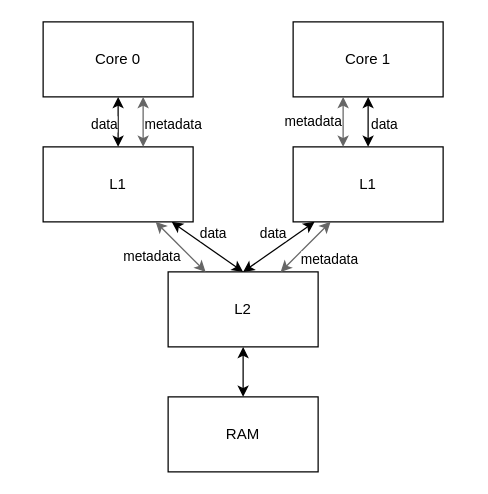
This is src/cache_global.drawio from maxletemple/rapport_stage_3A, a draw.io file, before an edit. Source tidied: cells renumbered, new cells numbered last; positions are measured from the earlier drawing's top-left corner, leaving out a move shared by most shapes. Both pictures are drawn from the tidied source at 125%, with x=0, y=0 at pixel (42, 21).
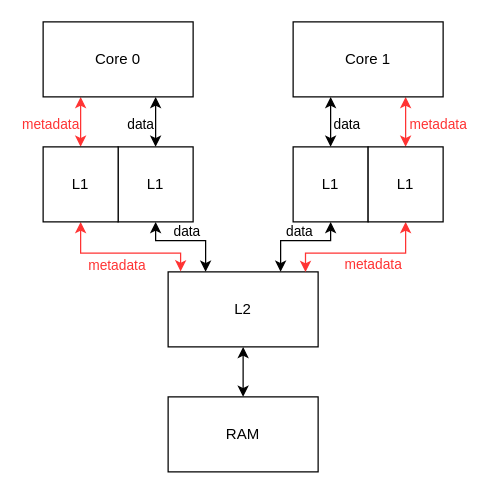
After the change.

The change refers to these unchanged cells:
```xml
<mxCell id="9" value="L2" style="rounded=0;whiteSpace=wrap;html=1;" parent="1" vertex="1">
  <mxGeometry x="100" y="200" width="120" height="60" as="geometry" />
</mxCell>
<mxCell id="13" value="Core 0" style="rounded=0;whiteSpace=wrap;html=1;" parent="1" vertex="1">
  <mxGeometry width="120" height="60" as="geometry" />
</mxCell>
<mxCell id="16" value="Core 1" style="rounded=0;whiteSpace=wrap;html=1;" parent="1" vertex="1">
  <mxGeometry x="200" width="120" height="60" as="geometry" />
</mxCell>
```

Diff of the diagram source:
```diff
@@
-    <mxCell id="2" style="edgeStyle=none;html=1;entryX=0.5;entryY=0;entryDx=0;entryDy=0;startArrow=classic;startFill=1;" parent="1" edge="1" source="4" target="9">
-      <mxGeometry relative="1" as="geometry" />
+    <mxCell id="2" style="edgeStyle=orthogonalEdgeStyle;rounded=0;html=1;exitX=0.5;exitY=1;exitDx=0;exitDy=0;entryX=0.25;entryY=0;entryDx=0;entryDy=0;startArrow=classic;startFill=1;" parent="1" edge="1" source="4" target="9">
+      <mxGeometry relative="1" as="geometry">
+        <Array as="points">
+          <mxPoint x="90" y="175" />
+          <mxPoint x="130" y="175" />
+        </Array>
+      </mxGeometry>
     </mxCell>
-    <mxCell id="3" value="data" style="edgeLabel;html=1;align=center;verticalAlign=middle;fontColor=#000000;" parent="2" vertex="1">
-      <mxGeometry x="-0.33" relative="1" as="geometry">
-        <mxPoint x="14" y="-5" as="offset" />
-      </mxGeometry>
-    </mxCell>
+    <mxCell id="25" value="data" style="edgeLabel;html=1;align=center;verticalAlign=middle;" parent="2" vertex="1">
+      <mxGeometry x="0.04" relative="1" as="geometry">
+        <mxPoint x="-3" y="-8" as="offset" />
+      </mxGeometry>
+    </mxCell>
     <mxCell id="4" value="L1" style="rounded=0;whiteSpace=wrap;html=1;" parent="1" vertex="1">
-      <mxGeometry y="100" width="120" height="60" as="geometry" />
+      <mxGeometry x="60" y="100" width="60" height="60" as="geometry" />
     </mxCell>
-    <mxCell id="5" style="edgeStyle=none;html=1;entryX=0.5;entryY=0;entryDx=0;entryDy=0;startArrow=classic;startFill=1;" parent="1" edge="1" source="7" target="9">
-      <mxGeometry relative="1" as="geometry" />
+    <mxCell id="5" style="edgeStyle=orthogonalEdgeStyle;rounded=0;html=1;exitX=0.5;exitY=1;exitDx=0;exitDy=0;entryX=0.75;entryY=0;entryDx=0;entryDy=0;startArrow=classic;startFill=1;" parent="1" edge="1" source="7" target="9">
+      <mxGeometry relative="1" as="geometry">
+        <Array as="points">
+          <mxPoint x="230" y="175" />
+          <mxPoint x="190" y="175" />
+        </Array>
+      </mxGeometry>
     </mxCell>
-    <mxCell id="6" value="data" style="edgeLabel;html=1;align=center;verticalAlign=middle;fontColor=#000000;" parent="5" vertex="1">
-      <mxGeometry x="0.12" y="1" relative="1" as="geometry">
-        <mxPoint x="-2" y="-15" as="offset" />
-      </mxGeometry>
-    </mxCell>
+    <mxCell id="26" value="data" style="edgeLabel;html=1;align=center;verticalAlign=middle;" parent="5" vertex="1">
+      <mxGeometry x="0.11" y="1" relative="1" as="geometry">
+        <mxPoint x="3" y="-9" as="offset" />
+      </mxGeometry>
+    </mxCell>
     <mxCell id="7" value="L1" style="rounded=0;whiteSpace=wrap;html=1;" parent="1" vertex="1">
-      <mxGeometry x="200" y="100" width="120" height="60" as="geometry" />
+      <mxGeometry x="200" y="100" width="60" height="60" as="geometry" />
     </mxCell>
@@
-    <mxCell id="11" style="edgeStyle=none;html=1;startArrow=classic;startFill=1;" parent="1" edge="1" source="13" target="4">
+    <mxCell id="11" style="edgeStyle=none;html=1;startArrow=classic;startFill=1;exitX=0.75;exitY=1;exitDx=0;exitDy=0;" parent="1" edge="1" source="13" target="4">
       <mxGeometry relative="1" as="geometry" />
     </mxCell>
     <mxCell id="12" value="data" style="edgeLabel;html=1;align=center;verticalAlign=middle;fontColor=#000000;" parent="11" vertex="1">
       <mxGeometry x="0.15" relative="1" as="geometry">
-        <mxPoint x="-12" y="-2" as="offset" />
+        <mxPoint x="-13" y="-2" as="offset" />
       </mxGeometry>
     </mxCell>
+    <mxCell id="27" style="edgeStyle=orthogonalEdgeStyle;html=1;exitX=0.25;exitY=1;exitDx=0;exitDy=0;entryX=0.5;entryY=0;entryDx=0;entryDy=0;rounded=0;startArrow=classic;startFill=1;fontColor=#FF3333;strokeColor=#FF3333;" parent="1" edge="1" source="13" target="33">
+      <mxGeometry relative="1" as="geometry" />
+    </mxCell>
+    <mxCell id="28" value="metadata" style="edgeLabel;html=1;align=center;verticalAlign=middle;fontColor=#FF3333;" parent="27" vertex="1">
+      <mxGeometry x="0.8" y="-1" relative="1" as="geometry">
+        <mxPoint x="-24" y="-15" as="offset" />
+      </mxGeometry>
+    </mxCell>
@@
-    <mxCell id="14" style="edgeStyle=none;html=1;entryX=0.5;entryY=0;entryDx=0;entryDy=0;startArrow=classic;startFill=1;" parent="1" edge="1" source="16" target="7">
+    <mxCell id="14" style="edgeStyle=none;html=1;entryX=0.5;entryY=0;entryDx=0;entryDy=0;startArrow=classic;startFill=1;exitX=0.25;exitY=1;exitDx=0;exitDy=0;" parent="1" edge="1" source="16" target="7">
       <mxGeometry relative="1" as="geometry" />
     </mxCell>
@@
+    <mxCell id="29" style="edgeStyle=orthogonalEdgeStyle;rounded=0;html=1;exitX=0.75;exitY=1;exitDx=0;exitDy=0;entryX=0.5;entryY=0;entryDx=0;entryDy=0;startArrow=classic;startFill=1;fontColor=#FF3333;strokeColor=#FF3333;" parent="1" edge="1" source="16" target="36">
+      <mxGeometry relative="1" as="geometry" />
+    </mxCell>
+    <mxCell id="30" value="metadata" style="edgeLabel;html=1;align=center;verticalAlign=middle;fontColor=#FF3333;" parent="29" vertex="1">
+      <mxGeometry x="-0.31" relative="1" as="geometry">
+        <mxPoint x="25" y="7" as="offset" />
+      </mxGeometry>
+    </mxCell>
@@
-    <mxCell id="17" style="endArrow=classic;startArrow=classic;html=1;strokeColor=#666666;fontColor=#FF3333;exitX=0.667;exitY=0;exitDx=0;exitDy=0;exitPerimeter=0;" parent="1" edge="1" source="4">
-      <mxGeometry relative="1" as="geometry">
-        <mxPoint x="80" y="60" as="targetPoint" />
-      </mxGeometry>
-    </mxCell>
-    <mxCell id="18" value="metadata" style="edgeLabel;html=1;align=center;verticalAlign=middle;fontColor=#000000;" parent="17" vertex="1">
-      <mxGeometry x="0.41" y="1" relative="1" as="geometry">
-        <mxPoint x="24" y="9" as="offset" />
-      </mxGeometry>
-    </mxCell>
-    <mxCell id="19" style="endArrow=classic;startArrow=classic;html=1;strokeColor=#666666;fontColor=#FF3333;exitX=0.667;exitY=0;exitDx=0;exitDy=0;exitPerimeter=0;" parent="1" edge="1">
-      <mxGeometry relative="1" as="geometry">
-        <mxPoint x="240" y="100" as="sourcePoint" />
-        <mxPoint x="240" y="60" as="targetPoint" />
-      </mxGeometry>
-    </mxCell>
-    <mxCell id="20" value="metadata" style="edgeLabel;html=1;align=center;verticalAlign=middle;fontColor=#000000;" parent="19" vertex="1">
-      <mxGeometry x="0.48" y="1" relative="1" as="geometry">
-        <mxPoint x="-24" y="9" as="offset" />
-      </mxGeometry>
-    </mxCell>
-    <mxCell id="21" style="endArrow=classic;startArrow=classic;html=1;strokeColor=#666666;fontColor=#FF3333;exitX=0.75;exitY=0;exitDx=0;exitDy=0;entryX=0.25;entryY=1;entryDx=0;entryDy=0;" parent="1" edge="1" source="9" target="7">
-      <mxGeometry relative="1" as="geometry" />
-    </mxCell>
-    <mxCell id="22" value="metadata" style="edgeLabel;html=1;align=center;verticalAlign=middle;fontColor=#000000;" parent="21" vertex="1">
-      <mxGeometry x="0.28" relative="1" as="geometry">
-        <mxPoint x="13" y="15" as="offset" />
-      </mxGeometry>
-    </mxCell>
-    <mxCell id="23" style="endArrow=classic;startArrow=classic;html=1;strokeColor=#666666;fontColor=#FF3333;exitX=0.25;exitY=0;exitDx=0;exitDy=0;entryX=0.75;entryY=1;entryDx=0;entryDy=0;" parent="1" edge="1" source="9" target="4">
-      <mxGeometry relative="1" as="geometry" />
-    </mxCell>
-    <mxCell id="24" value="metadata" style="edgeLabel;html=1;align=center;verticalAlign=middle;fontColor=#000000;" parent="23" vertex="1">
-      <mxGeometry x="-0.36" relative="1" as="geometry">
-        <mxPoint x="-31" as="offset" />
-      </mxGeometry>
-    </mxCell>
+    <mxCell id="31" style="edgeStyle=orthogonalEdgeStyle;rounded=0;html=1;exitX=0.5;exitY=1;exitDx=0;exitDy=0;entryX=0.083;entryY=-0.006;entryDx=0;entryDy=0;startArrow=classic;startFill=1;entryPerimeter=0;fontColor=#FF3333;strokeColor=#FF3333;" parent="1" edge="1" source="33" target="9">
+      <mxGeometry relative="1" as="geometry">
+        <Array as="points">
+          <mxPoint x="30" y="185" />
+          <mxPoint x="110" y="185" />
+        </Array>
+      </mxGeometry>
+    </mxCell>
+    <mxCell id="32" value="metadata" style="edgeLabel;html=1;align=center;verticalAlign=middle;fontColor=#FF3333;" parent="31" vertex="1">
+      <mxGeometry x="-0.22" y="-1" relative="1" as="geometry">
+        <mxPoint x="6" y="8" as="offset" />
+      </mxGeometry>
+    </mxCell>
+    <mxCell id="33" value="L1" style="rounded=0;whiteSpace=wrap;html=1;" parent="1" vertex="1">
+      <mxGeometry y="100" width="60" height="60" as="geometry" />
+    </mxCell>
+    <mxCell id="34" style="edgeStyle=orthogonalEdgeStyle;rounded=0;html=1;exitX=0.5;exitY=1;exitDx=0;exitDy=0;entryX=0.916;entryY=0.003;entryDx=0;entryDy=0;entryPerimeter=0;startArrow=classic;startFill=1;fontColor=#FF3333;strokeColor=#FF3333;" parent="1" edge="1" source="36" target="9">
+      <mxGeometry relative="1" as="geometry">
+        <Array as="points">
+          <mxPoint x="290" y="185" />
+          <mxPoint x="210" y="185" />
+        </Array>
+      </mxGeometry>
+    </mxCell>
+    <mxCell id="35" value="metadata" style="edgeLabel;html=1;align=center;verticalAlign=middle;fontColor=#FF3333;" parent="34" vertex="1">
+      <mxGeometry x="-0.12" y="-1" relative="1" as="geometry">
+        <mxPoint x="1" y="9" as="offset" />
+      </mxGeometry>
+    </mxCell>
+    <mxCell id="36" value="L1" style="rounded=0;whiteSpace=wrap;html=1;" parent="1" vertex="1">
+      <mxGeometry x="260" y="100" width="60" height="60" as="geometry" />
+    </mxCell>
```
